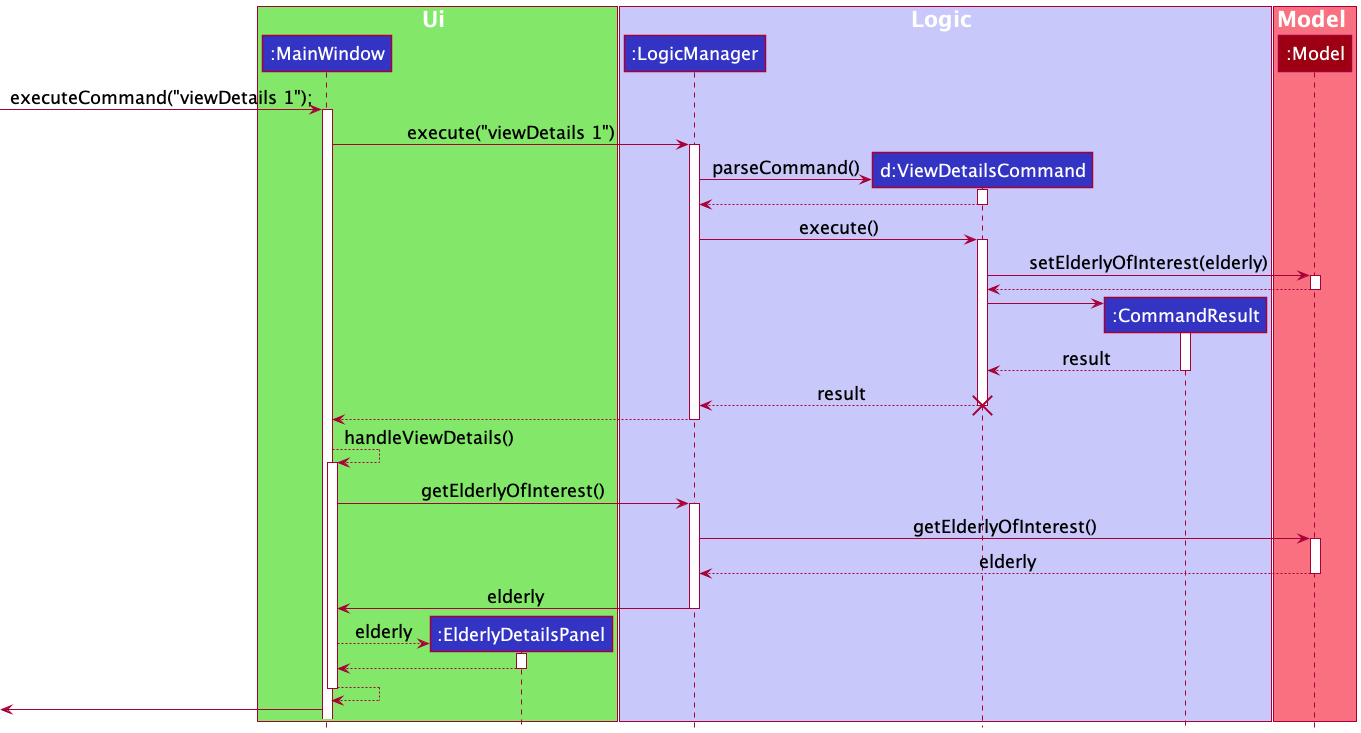
The PlantUML diagram docs/images/ViewDetailsSequenceDiagram.png in tsy24/tp, before a commit.
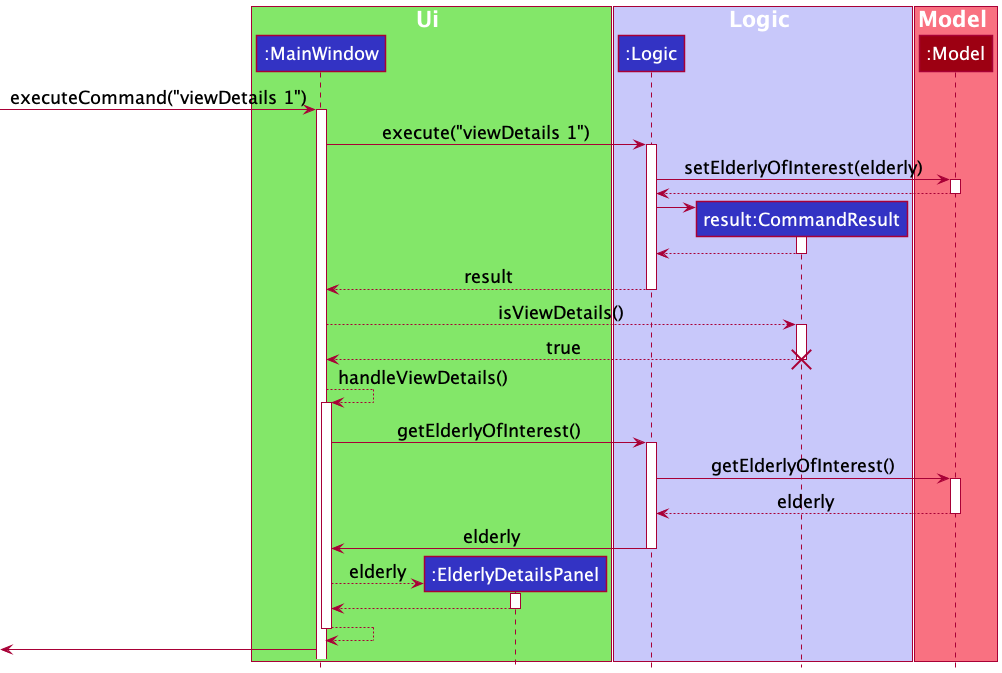
The same file after the commit.

Change to the diagram source:
```diff
@@ -7,65 +7,57 @@
 end box
 
 box Logic LOGIC_COLOR_T1
-participant ":LogicManager" as LogicManager LOGIC_COLOR
-participant "d:ViewDetailsCommand" as ViewDetailsCommand LOGIC_COLOR
-participant ":CommandResult" as CommandResult LOGIC_COLOR
+participant ":Logic" as Logic LOGIC_COLOR
+participant "result:CommandResult" as CommandResult LOGIC_COLOR
 end box
 
 box Model MODEL_COLOR_T1
 participant ":Model" as Model MODEL_COLOR
 end box
 
-[-> MainWindow : executeCommand("viewDetails 1");
+[-> MainWindow : executeCommand("viewDetails 1")
 activate MainWindow
 
-MainWindow -> LogicManager : execute("viewDetails 1")
-activate LogicManager
+MainWindow -> Logic : execute("viewDetails 1")
+activate Logic
 
-create ViewDetailsCommand
-LogicManager -> ViewDetailsCommand : parseCommand()
-activate ViewDetailsCommand
-
-ViewDetailsCommand --> LogicManager
-deactivate ViewDetailsCommand
-
-LogicManager -> ViewDetailsCommand : execute()
-activate ViewDetailsCommand
-
-ViewDetailsCommand -> Model : setElderlyOfInterest(elderly)
+Logic -> Model : setElderlyOfInterest(elderly)
 activate Model
 
-Model --> ViewDetailsCommand
+Model --> Logic
 deactivate Model
 
 create CommandResult
-ViewDetailsCommand -> CommandResult
+Logic -> CommandResult
 activate CommandResult
 
-CommandResult --> ViewDetailsCommand : result
+CommandResult --> Logic
 deactivate CommandResult
 
-ViewDetailsCommand --> LogicManager : result
-deactivate ViewDetailsCommand
-destroy ViewDetailsCommand
+Logic --> MainWindow : result
+deactivate Logic
 
-LogicManager --> MainWindow
-deactivate LogicManager
+MainWindow --> CommandResult : isViewDetails()
+activate CommandResult
+
+CommandResult --> MainWindow : true
+deactivate CommandResult
+destroy CommandResult
 
 MainWindow --> MainWindow : handleViewDetails()
 activate MainWindow
 
-MainWindow -> LogicManager : getElderlyOfInterest()
-activate LogicManager
+MainWindow -> Logic : getElderlyOfInterest()
+activate Logic
 
-LogicManager -> Model : getElderlyOfInterest()
+Logic -> Model : getElderlyOfInterest()
 activate Model
 
-Model --> LogicManager : elderly
+Model --> Logic : elderly
 deactivate Model
 
-LogicManager -> MainWindow : elderly
-deactivate LogicManager
+Logic -> MainWindow : elderly
+deactivate Logic
 
 create ElderlyDetailsPanel
 MainWindow --> ElderlyDetailsPanel : elderly
```
